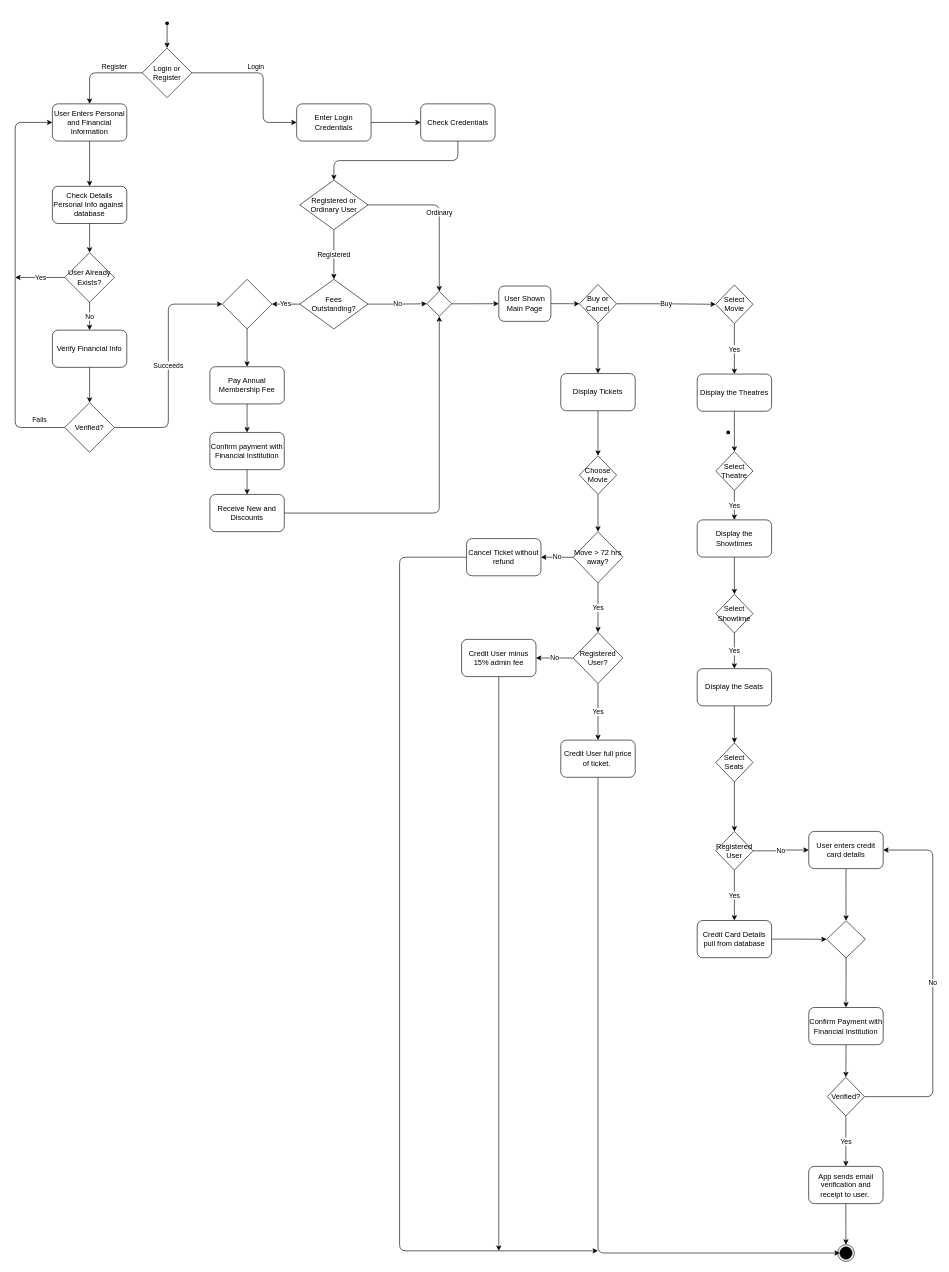
This is Dessign Documents/Diagrams/activity_diagram.drawio from folkg/movie-ticket-reservation-app, a draw.io file, before an edit. Source tidied: cells renumbered, new cells numbered last; positions are measured from the earlier drawing's top-left corner, leaving out a move shared by most shapes. Both pictures are drawn from the tidied source at 62%, with x=0, y=0 at pixel (15, 11).
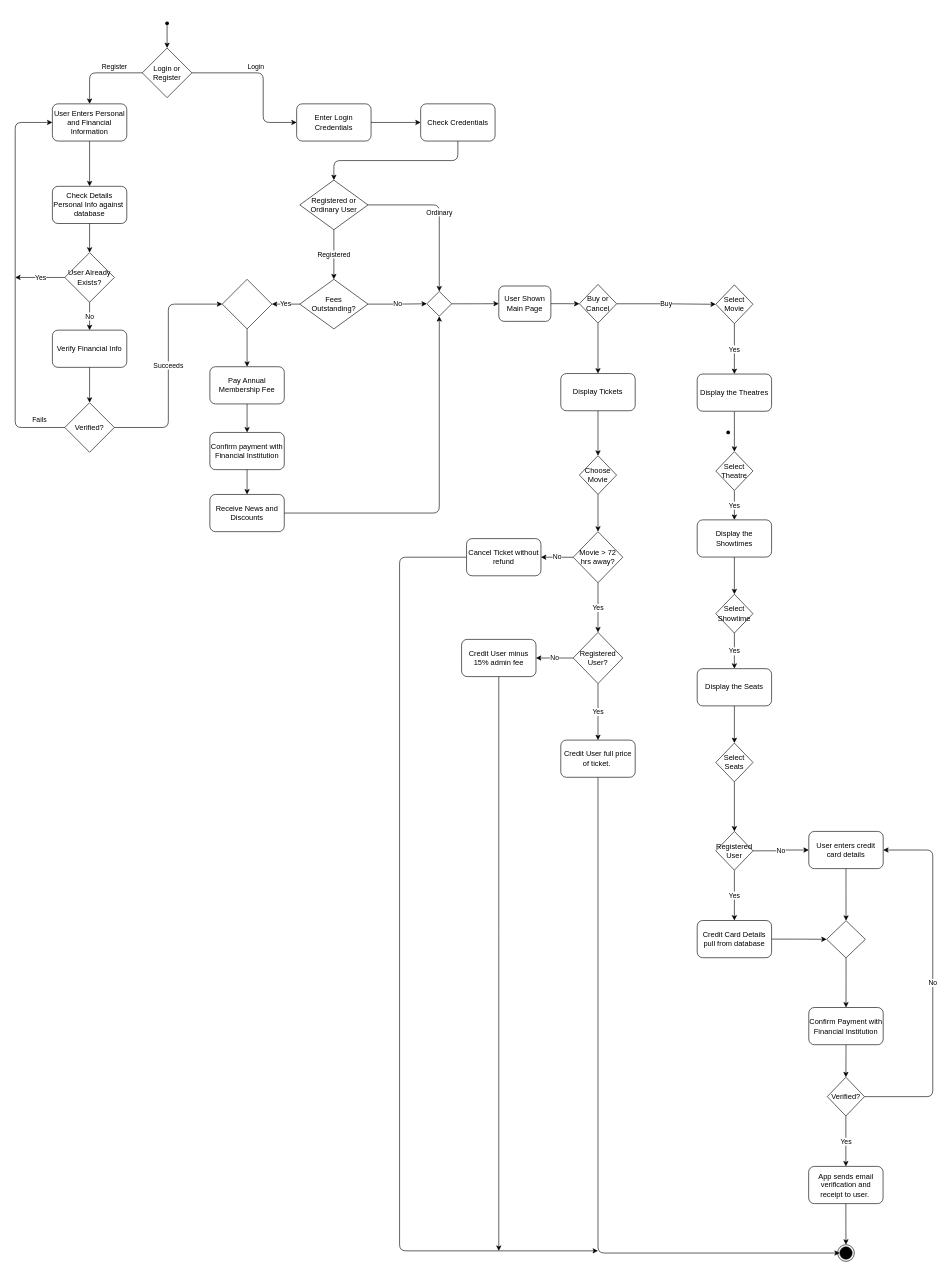
After the change.

Commit message (it also covers changes not shown here):
added payment transition diagram

Diff of the diagram source:
```diff
@@
-    <mxCell id="25" value="Receive New and Discounts" style="whiteSpace=wrap;html=1;fillColor=none;strokeColor=#000000;fontColor=#000000;rounded=1;sketch=0;fillStyle=solid;" parent="1" vertex="1">
+    <mxCell id="25" value="Receive News and Discounts" style="whiteSpace=wrap;html=1;fillColor=none;strokeColor=#000000;fontColor=#000000;rounded=1;sketch=0;fillStyle=solid;" parent="1" vertex="1">
       <mxGeometry x="314" y="780" width="120" height="60" as="geometry" />
     </mxCell>
@@
-    <mxCell id="85" value="Move &amp;gt; 72 hrs away?" style="rhombus;whiteSpace=wrap;html=1;fontColor=#000000;strokeColor=#000000;fillColor=#FFFFFF;" parent="1" vertex="1">
+    <mxCell id="85" value="Movie &amp;gt; 72 hrs away?" style="rhombus;whiteSpace=wrap;html=1;fontColor=#000000;strokeColor=#000000;fillColor=#FFFFFF;" parent="1" vertex="1">
       <mxGeometry x="900" y="840" width="80" height="82.5" as="geometry" />
     </mxCell>
```
